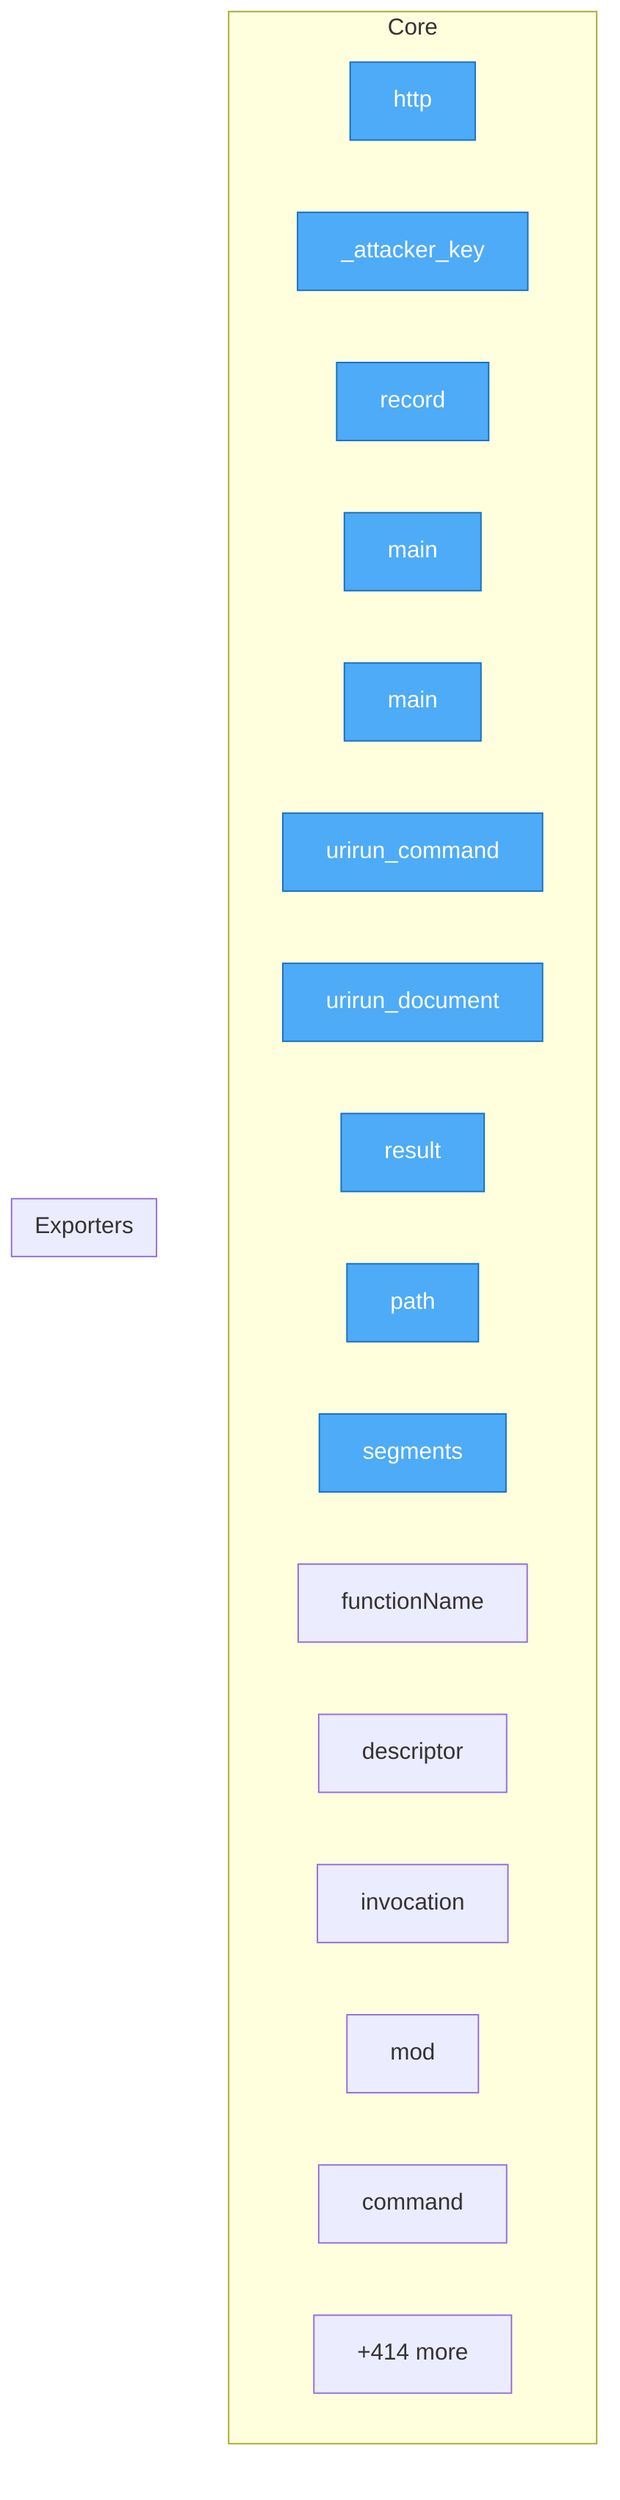
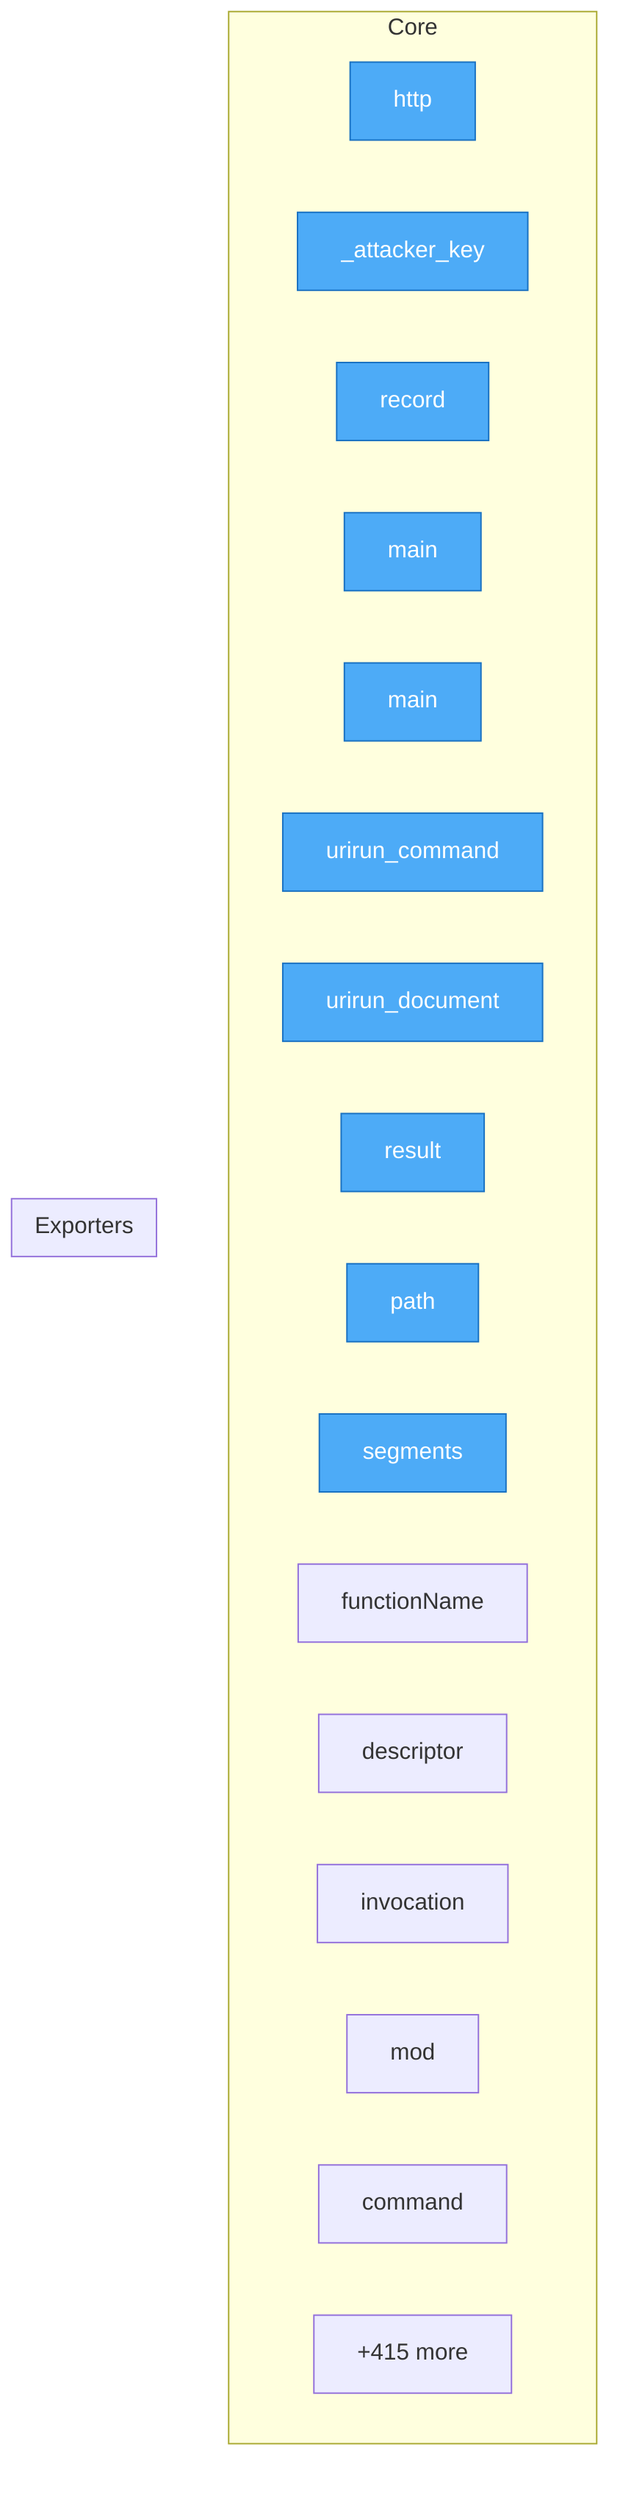
flowchart TD
%% generated in 0.02s

    %% Entry points (blue)
    classDef entry fill:#4dabf7,stroke:#1971c2,color:#fff

    subgraph Core
        security__mesh_probe__probe__http["http"]
        security__mesh_probe__probe___attacker_key["_attacker_key"]
        security__mesh_probe__probe__record["record"]
        adapters__conformance__main["main"]
        adapters__new_connector__main["main"]
        adapters__bash__urirun__urirun_command["urirun_command"]
        adapters__bash__urirun__urirun_document["urirun_document"]
        adapters__js__index__test__result["result"]
        adapters__js__path["path"]
        adapters__js__segments["segments"]
        adapters__js__functionName["functionName"]
        adapters__js__descriptor["descriptor"]
        adapters__js__invocation["invocation"]
        adapters__js__mod["mod"]
        adapters__java__Urirun__Urirun__command["command"]
-         ...["+414 more"]
+         ...["+415 more"]
    end

    subgraph Exporters
    end

    class security__mesh_probe__probe__http,security__mesh_probe__probe___attacker_key,security__mesh_probe__probe__record,adapters__conformance__main,adapters__new_connector__main,adapters__bash__urirun__urirun_command,adapters__bash__urirun__urirun_document,adapters__js__index__test__result,adapters__js__path,adapters__js__segments entry
